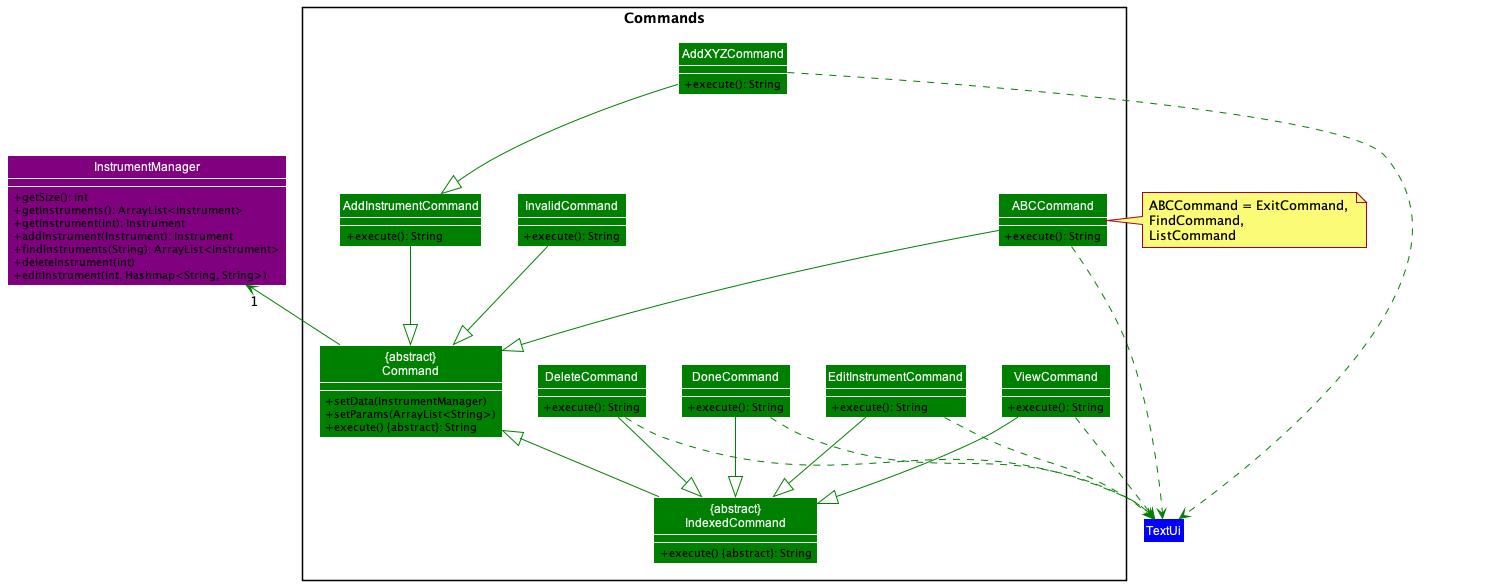
Earlier version of the PlantUML export docs/images/CommandsDiagram.png (williamlamjy/mTracker).
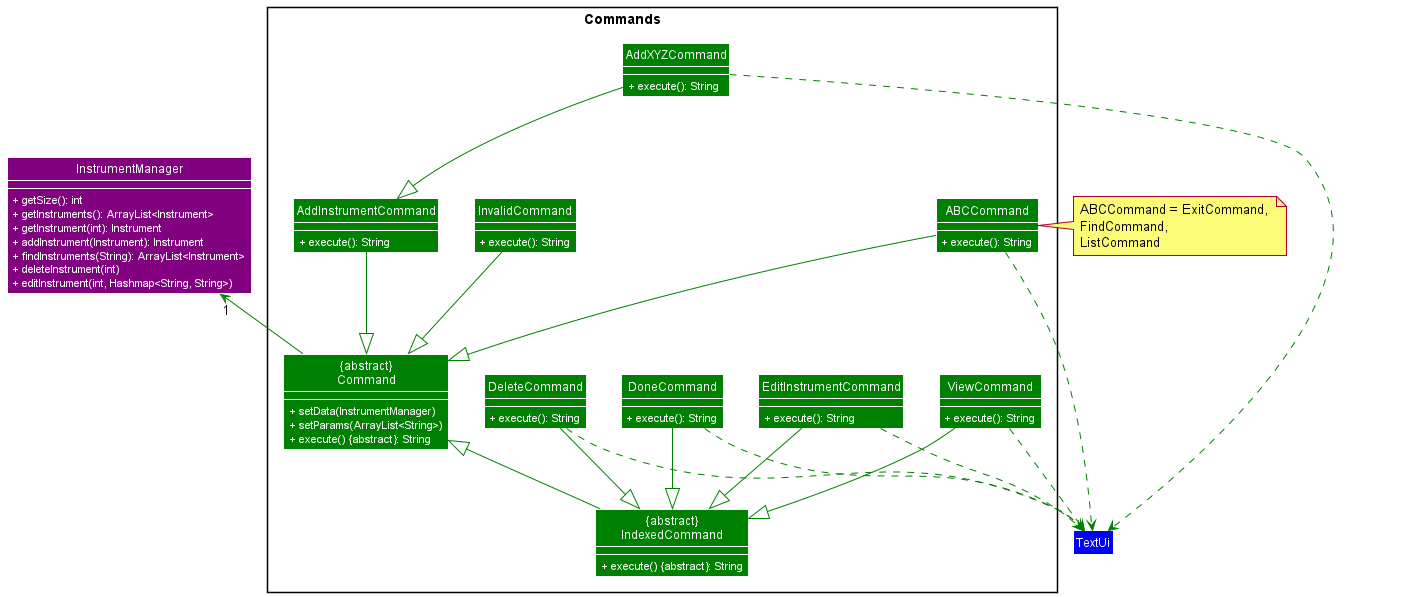
After the commit.

Diff of the diagram source:
```diff
@@ -3,50 +3,50 @@
 
 Package "Commands                    "  <<Rectangle>>{
      Class "{abstract}\nCommand" as Command COLOR_COMMANDS {
-     {method} + setData(InstrumentManager)
-     {method} + setParams(ArrayList<String>)
-     {method} + execute() ABSTRACT: String
+     <color:WHITE>{method} + setData(InstrumentManager)</color>
+     <color:WHITE>{method} + setParams(ArrayList<String>)</color>
+     <color:WHITE>{method} + execute() ABSTRACT: String</color>
      }
      Class ViewCommand COLOR_COMMANDS {
-     {method} + execute(): String
+     <color:WHITE>{method} + execute(): String</color>
      }
      Class EditInstrumentCommand COLOR_COMMANDS {
-     {method} + execute(): String
+     <color:WHITE>{method} + execute(): String</color>
      }
      Class DoneCommand COLOR_COMMANDS {
-     {method} + execute(): String
+     <color:WHITE>{method} + execute(): String</color>
      }
      Class DeleteCommand COLOR_COMMANDS {
-     {method} + execute(): String
+     <color:WHITE>{method} + execute(): String</color>
      }
 
      Class InvalidCommand COLOR_COMMANDS {
-     {method} + execute(): String
+     <color:WHITE>{method} + execute(): String</color>
      }
      Class ABCCommand COLOR_COMMANDS {
-     {method} + execute(): String
+     <color:WHITE>{method} + execute(): String</color>
      }
      Class AddInstrumentCommand COLOR_COMMANDS {
-     {method} + execute(): String
+     <color:WHITE>{method} + execute(): String</color>
      }
      Class "{abstract}\nIndexedCommand" as IndexedCommand COLOR_COMMANDS {
-     {method} + execute() ABSTRACT: String
+     <color:WHITE>{method} + execute() ABSTRACT: String</color>
      }
 
      Class AddXYZCommand COLOR_COMMANDS {
-     {method} + execute(): String
+     <color:WHITE>{method} + execute(): String</color>
      }
 }
 
 
 Class InstrumentManager COLOR_MODEL {
-    {method} + getSize(): int
-    {method} + getInstruments(): ArrayList<Instrument>
-    {method} + getInstrument(int): Instrument
-    {method} + addInstrument(Instrument): Instrument
-    {method} + findInstruments(String): ArrayList<Instrument>
-    {method} + deleteInstrument(int)
-    {method} + editInstrument(int, Hashmap<String, String>)
+    <color:WHITE>{method} + getSize(): int</color>
+    <color:WHITE>{method} + getInstruments(): ArrayList<Instrument></color>
+    <color:WHITE>{method} + getInstrument(int): Instrument</color>
+    <color:WHITE>{method} + addInstrument(Instrument): Instrument</color>
+    <color:WHITE>{method} + findInstruments(String): ArrayList<Instrument></color>
+    <color:WHITE>{method} + deleteInstrument(int)</color>
+    <color:WHITE>{method} + editInstrument(int, Hashmap<String, String>)</color>
 }
 
 Class TextUi COLOR_UI
```
